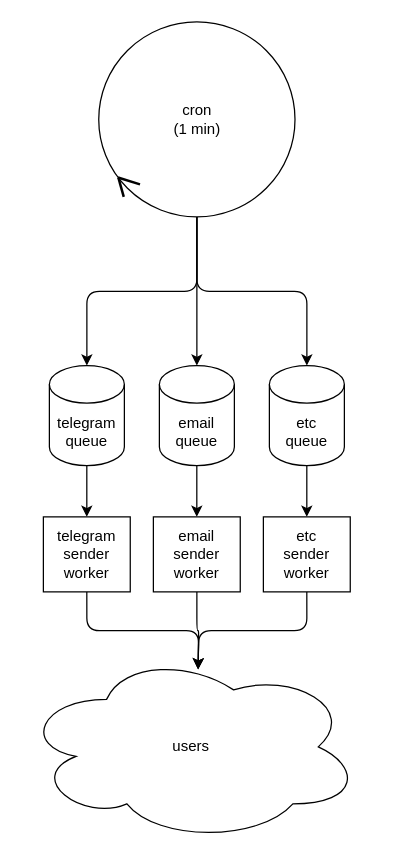
This is notify_sys.drawio from sokoloveadev/draw.io, a draw.io file, before an edit. Source tidied: cells renumbered, new cells numbered last; positions are measured from the earlier drawing's top-left corner, leaving out a move shared by most shapes. Both pictures are drawn from the tidied source at 125%, with x=0, y=0 at pixel (21, 21).
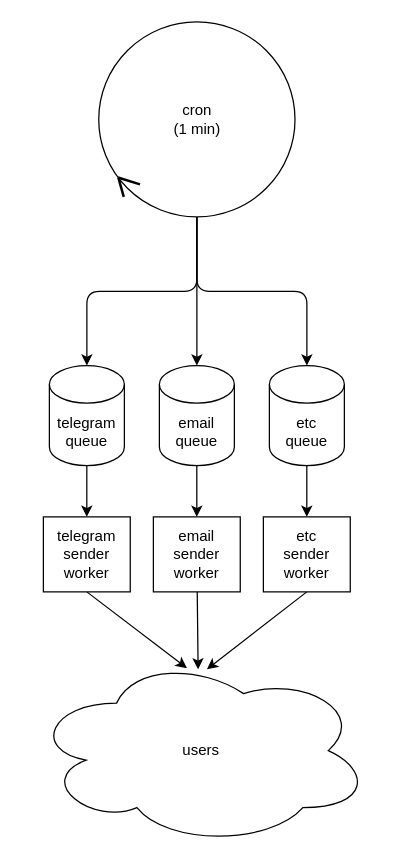
After the change.

The change refers to these unchanged cells:
```xml
<mxCell id="9" value="telegram&lt;br&gt;sender&lt;br&gt;worker" style="rounded=0;whiteSpace=wrap;html=1;" parent="1" vertex="1">
  <mxGeometry x="17.2" y="396" width="69.5" height="60" as="geometry" />
</mxCell>
<mxCell id="11" value="email&lt;br&gt;sender&lt;br&gt;worker" style="rounded=0;whiteSpace=wrap;html=1;" parent="1" vertex="1">
  <mxGeometry x="105.2" y="396" width="69.5" height="60" as="geometry" />
</mxCell>
<mxCell id="13" value="etc&lt;br&gt;sender&lt;br&gt;worker" style="rounded=0;whiteSpace=wrap;html=1;" parent="1" vertex="1">
  <mxGeometry x="193.2" y="396" width="69.5" height="60" as="geometry" />
</mxCell>
```

Diff of the diagram source:
```diff
@@
-    <mxCell id="8" style="edgeStyle=orthogonalEdgeStyle;rounded=1;jettySize=auto;html=1;exitX=0.5;exitY=1;exitDx=0;exitDy=0;" parent="1" edge="1" source="9">
+    <mxCell id="8" style="rounded=1;jettySize=auto;html=1;exitX=0.5;exitY=1;exitDx=0;exitDy=0;" parent="1" edge="1" source="9">
       <mxGeometry relative="1" as="geometry">
-        <mxPoint x="141" y="518" as="targetPoint" />
+        <mxPoint x="132" y="517" as="targetPoint" />
       </mxGeometry>
     </mxCell>
@@
-    <mxCell id="10" style="edgeStyle=orthogonalEdgeStyle;rounded=1;jettySize=auto;html=1;" parent="1" edge="1" source="11">
+    <mxCell id="10" style="rounded=1;jettySize=auto;html=1;" parent="1" edge="1" source="11">
       <mxGeometry relative="1" as="geometry">
         <mxPoint x="141" y="518" as="targetPoint" />
       </mxGeometry>
     </mxCell>
@@
-    <mxCell id="12" style="rounded=1;jettySize=auto;html=1;exitX=0.5;exitY=1;exitDx=0;exitDy=0;edgeStyle=orthogonalEdgeStyle;" parent="1" edge="1" source="13">
+    <mxCell id="12" style="rounded=1;jettySize=auto;html=1;exitX=0.5;exitY=1;exitDx=0;exitDy=0;" parent="1" edge="1" source="13">
       <mxGeometry relative="1" as="geometry">
-        <mxPoint x="141" y="518" as="targetPoint" />
+        <mxPoint x="148" y="518" as="targetPoint" />
       </mxGeometry>
     </mxCell>
@@
     <mxCell id="14" value="users" style="ellipse;shape=cloud;whiteSpace=wrap;html=1;" parent="1" vertex="1">
-      <mxGeometry y="504" width="271" height="152" as="geometry" />
+      <mxGeometry x="8" y="507" width="271" height="152" as="geometry" />
     </mxCell>
```
